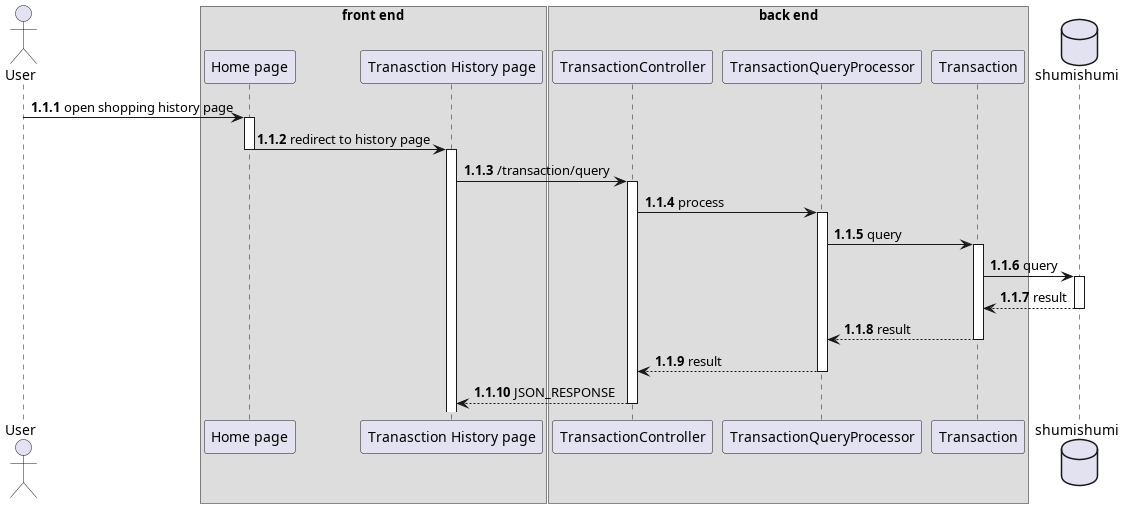
Earlier version of the PlantUML export thesis/latex/diagram/sequence diagram/15. transaction/view transaction history/view transaction history.png (aldihsuhandi/skripsi-2023).
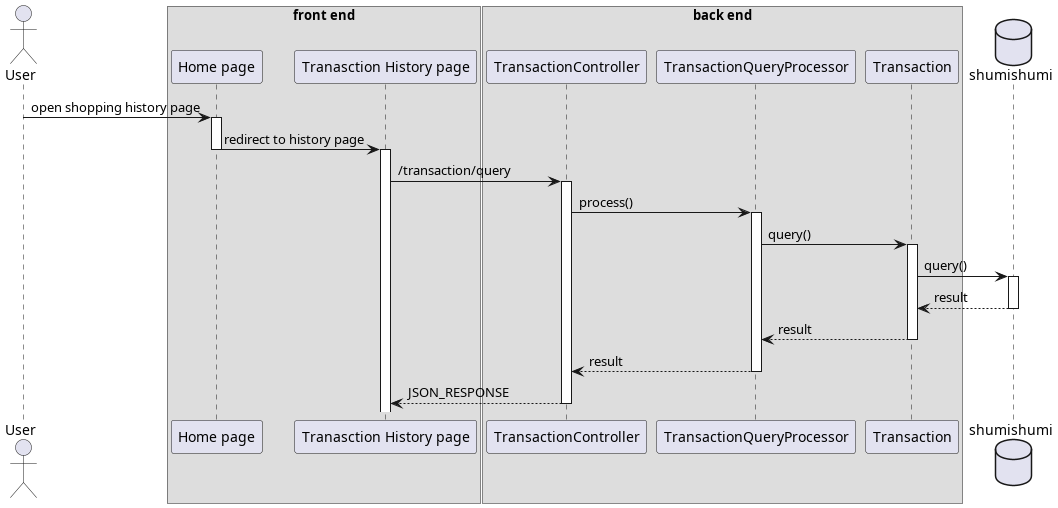
After the commit.

The edit, as a diff of the source:
```diff
@@ -1,5 +1,4 @@
 @startuml template
-autonumber 1.1.1
 
 actor User as u
 
@@ -21,9 +20,9 @@
 home -> history --++ : redirect to history page
 
 history -> tc++ : /transaction/query
-tc -> proc++ : process
-proc -> trx++ : query
-trx -> db++ : query
+tc -> proc++ : process()
+proc -> trx++ : query()
+trx -> db++ : query()
 return result
 return result
 return result
```
